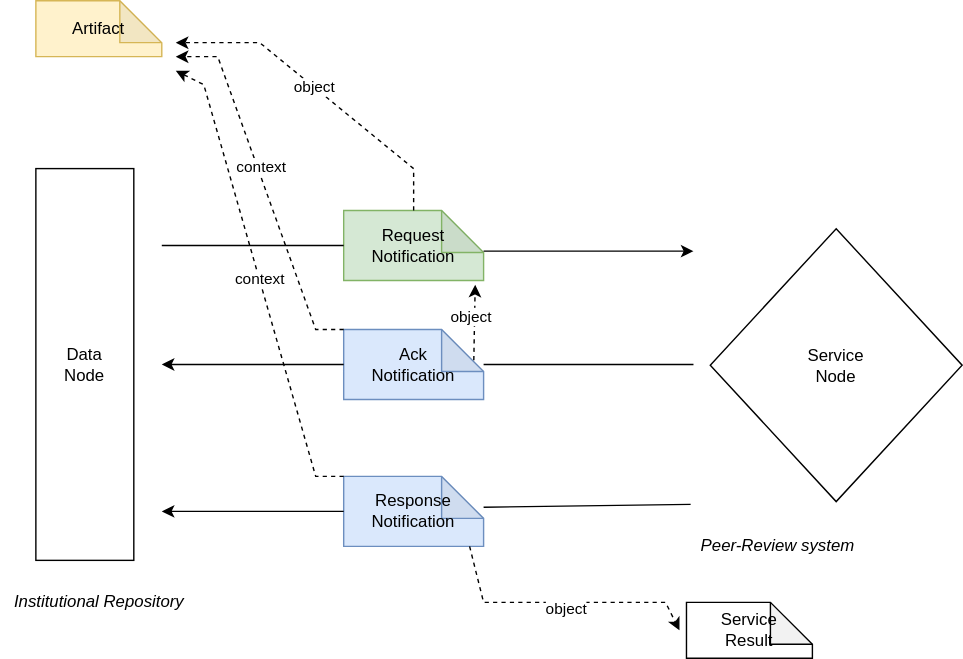
Earlier version of the draw.io export images/request_response_datanode.svg (MellonScholarlyCommunication/spec-notifications). Source tidied: cells renumbered, new cells last; positions are measured from the earlier drawing's top-left corner, leaving out a move shared by most shapes. Its diagram source:
```xml
<mxGraphModel>
  <root>
    <mxCell id="0" />
    <mxCell id="1" parent="0" />
    <mxCell id="2" value="Data&lt;br&gt;Node" style="rounded=0;whiteSpace=wrap;html=1;rotation=0;" parent="1" vertex="1">
      <mxGeometry x="25" y="120" width="70" height="280" as="geometry" />
    </mxCell>
    <mxCell id="3" value="Request&lt;br&gt;Notification" style="shape=note;whiteSpace=wrap;html=1;backgroundOutline=1;darkOpacity=0.05;fillColor=#d5e8d4;strokeColor=#82b366;" parent="1" vertex="1">
      <mxGeometry x="245" y="150" width="100" height="50" as="geometry" />
    </mxCell>
    <mxCell id="4" style="endArrow=none;html=1;rounded=0;entryX=0;entryY=0.5;entryDx=0;entryDy=0;entryPerimeter=0;" parent="1" edge="1" target="3">
      <mxGeometry relative="1" as="geometry">
        <mxPoint x="115" y="175" as="sourcePoint" />
      </mxGeometry>
    </mxCell>
    <mxCell id="5" style="endArrow=classic;html=1;rounded=0;entryX=0;entryY=0.25;entryDx=0;entryDy=0;exitX=0;exitY=0;exitDx=100;exitDy=40;exitPerimeter=0;" parent="1" edge="1">
      <mxGeometry relative="1" as="geometry">
        <mxPoint x="345" y="179" as="sourcePoint" />
        <mxPoint x="495" y="179" as="targetPoint" />
      </mxGeometry>
    </mxCell>
    <mxCell id="6" value="Artifact" style="shape=note;whiteSpace=wrap;html=1;backgroundOutline=1;darkOpacity=0.05;fillColor=#fff2cc;strokeColor=#d6b656;" parent="1" vertex="1">
      <mxGeometry x="25" width="90" height="40" as="geometry" />
    </mxCell>
    <mxCell id="7" style="endArrow=classic;html=1;rounded=0;exitX=0.5;exitY=0;exitDx=0;exitDy=0;exitPerimeter=0;dashed=1;" parent="1" edge="1" source="3">
      <mxGeometry relative="1" as="geometry">
        <mxPoint x="125" y="30" as="targetPoint" />
        <Array as="points">
          <mxPoint x="295" y="120" />
          <mxPoint x="185" y="30" />
        </Array>
      </mxGeometry>
    </mxCell>
    <mxCell id="8" value="object" style="edgeLabel;html=1;align=center;verticalAlign=middle;" parent="7" vertex="1">
      <mxGeometry x="0.06" y="1" relative="1" as="geometry">
        <mxPoint y="-1" as="offset" />
      </mxGeometry>
    </mxCell>
    <mxCell id="9" value="Ack&lt;br&gt;Notification" style="shape=note;whiteSpace=wrap;html=1;backgroundOutline=1;darkOpacity=0.05;fillColor=#dae8fc;strokeColor=#6c8ebf;" parent="1" vertex="1">
      <mxGeometry x="245" y="235" width="100" height="50" as="geometry" />
    </mxCell>
    <mxCell id="10" style="endArrow=none;html=1;rounded=0;entryX=0;entryY=0.5;entryDx=0;entryDy=0;" parent="1" edge="1" source="9">
      <mxGeometry relative="1" as="geometry">
        <mxPoint x="495" y="260" as="targetPoint" />
      </mxGeometry>
    </mxCell>
    <mxCell id="11" style="endArrow=classic;html=1;rounded=0;exitX=0;exitY=0.5;exitDx=0;exitDy=0;exitPerimeter=0;" parent="1" edge="1" source="9">
      <mxGeometry relative="1" as="geometry">
        <mxPoint x="115" y="260" as="targetPoint" />
      </mxGeometry>
    </mxCell>
    <mxCell id="12" style="endArrow=classic;html=1;rounded=0;exitX=0;exitY=0;exitDx=0;exitDy=0;exitPerimeter=0;dashed=1;" parent="1" edge="1" source="9">
      <mxGeometry relative="1" as="geometry">
        <mxPoint x="125" y="40" as="targetPoint" />
        <Array as="points">
          <mxPoint x="225" y="235" />
          <mxPoint x="155" y="40" />
        </Array>
      </mxGeometry>
    </mxCell>
    <mxCell id="13" value="context" style="edgeLabel;html=1;align=center;verticalAlign=middle;" parent="12" vertex="1">
      <mxGeometry x="0.12" y="-2" relative="1" as="geometry" />
    </mxCell>
    <mxCell id="14" style="endArrow=classic;html=1;rounded=0;dashed=1;exitX=0.93;exitY=0.44;exitDx=0;exitDy=0;exitPerimeter=0;entryX=0.94;entryY=1.06;entryDx=0;entryDy=0;entryPerimeter=0;" parent="1" edge="1" source="9" target="3">
      <mxGeometry relative="1" as="geometry" />
    </mxCell>
    <mxCell id="15" value="object" style="edgeLabel;html=1;align=center;verticalAlign=middle;" parent="14" vertex="1">
      <mxGeometry x="0.15" y="3" relative="1" as="geometry" />
    </mxCell>
    <mxCell id="16" value="Response&lt;br&gt;Notification" style="shape=note;whiteSpace=wrap;html=1;backgroundOutline=1;darkOpacity=0.05;fillColor=#dae8fc;strokeColor=#6c8ebf;" parent="1" vertex="1">
      <mxGeometry x="245" y="340" width="100" height="50" as="geometry" />
    </mxCell>
    <mxCell id="17" style="endArrow=none;html=1;rounded=0;entryX=-0.029;entryY=0.857;entryDx=0;entryDy=0;entryPerimeter=0;exitX=1;exitY=0.44;exitDx=0;exitDy=0;exitPerimeter=0;" parent="1" edge="1" source="16">
      <mxGeometry relative="1" as="geometry">
        <mxPoint x="493" y="360" as="targetPoint" />
      </mxGeometry>
    </mxCell>
    <mxCell id="18" style="endArrow=classic;html=1;rounded=0;exitX=0;exitY=0.5;exitDx=0;exitDy=0;exitPerimeter=0;" parent="1" edge="1" source="16">
      <mxGeometry relative="1" as="geometry">
        <mxPoint x="115" y="365" as="targetPoint" />
      </mxGeometry>
    </mxCell>
    <mxCell id="19" value="context" style="endArrow=classic;html=1;rounded=0;exitX=0;exitY=0;exitDx=0;exitDy=0;exitPerimeter=0;dashed=1;" parent="1" edge="1" source="16">
      <mxGeometry relative="1" as="geometry">
        <mxPoint x="125" y="50" as="targetPoint" />
        <Array as="points">
          <mxPoint x="225" y="340" />
          <mxPoint x="145" y="60" />
        </Array>
      </mxGeometry>
    </mxCell>
    <mxCell id="20" value="Service&lt;br&gt;Result" style="shape=note;whiteSpace=wrap;html=1;backgroundOutline=1;darkOpacity=0.05;" parent="1" vertex="1">
      <mxGeometry x="490" y="430" width="90" height="40" as="geometry" />
    </mxCell>
    <mxCell id="21" style="endArrow=classic;html=1;rounded=0;dashed=1;exitX=0.9;exitY=1;exitDx=0;exitDy=0;exitPerimeter=0;" parent="1" edge="1" source="16">
      <mxGeometry relative="1" as="geometry">
        <mxPoint x="485" y="450" as="targetPoint" />
        <Array as="points">
          <mxPoint x="345" y="430" />
          <mxPoint x="475" y="430" />
        </Array>
      </mxGeometry>
    </mxCell>
    <mxCell id="22" value="object" style="edgeLabel;html=1;align=center;verticalAlign=middle;" parent="21" vertex="1">
      <mxGeometry x="0.04" y="-4" relative="1" as="geometry" />
    </mxCell>
    <mxCell id="23" value="&lt;i&gt;Institutional Repository&lt;/i&gt;" style="text;html=1;align=center;verticalAlign=middle;strokeColor=none;fillColor=none;" parent="1" vertex="1">
      <mxGeometry y="420" width="140" height="20" as="geometry" />
    </mxCell>
    <mxCell id="24" value="&lt;i&gt;Peer-Review system&lt;/i&gt;" style="text;html=1;align=center;verticalAlign=middle;strokeColor=none;fillColor=none;" parent="1" vertex="1">
      <mxGeometry x="490" y="380" width="130" height="20" as="geometry" />
    </mxCell>
    <mxCell id="25" value="Service&lt;br&gt;Node" style="rhombus;whiteSpace=wrap;html=1;" parent="1" vertex="1">
      <mxGeometry x="507" y="163" width="180" height="195" as="geometry" />
    </mxCell>
  </root>
</mxGraphModel>
```
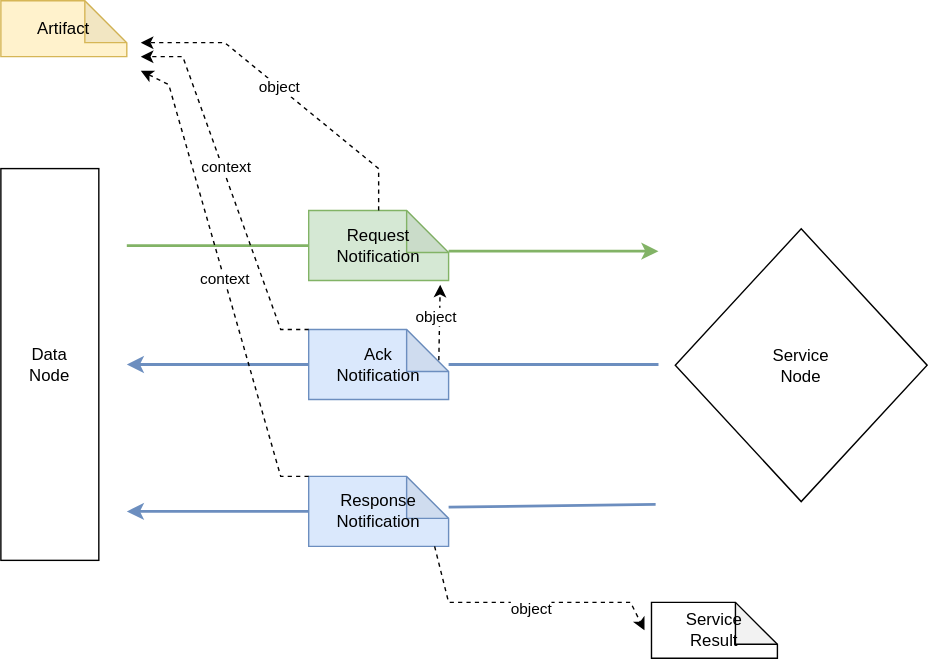
After the change.

Diff of the diagram source:
```diff
@@ -8,12 +8,12 @@
     <mxCell id="3" value="Request&lt;br&gt;Notification" style="shape=note;whiteSpace=wrap;html=1;backgroundOutline=1;darkOpacity=0.05;fillColor=#d5e8d4;strokeColor=#82b366;" parent="1" vertex="1">
       <mxGeometry x="245" y="150" width="100" height="50" as="geometry" />
     </mxCell>
-    <mxCell id="4" style="endArrow=none;html=1;rounded=0;entryX=0;entryY=0.5;entryDx=0;entryDy=0;entryPerimeter=0;" parent="1" edge="1" target="3">
+    <mxCell id="4" style="endArrow=none;html=1;rounded=0;entryX=0;entryY=0.5;entryDx=0;entryDy=0;entryPerimeter=0;strokeWidth=2;fillColor=#d5e8d4;strokeColor=#82b366;" parent="1" edge="1" target="3">
       <mxGeometry relative="1" as="geometry">
         <mxPoint x="115" y="175" as="sourcePoint" />
       </mxGeometry>
     </mxCell>
-    <mxCell id="5" style="endArrow=classic;html=1;rounded=0;entryX=0;entryY=0.25;entryDx=0;entryDy=0;exitX=0;exitY=0;exitDx=100;exitDy=40;exitPerimeter=0;" parent="1" edge="1">
+    <mxCell id="5" style="endArrow=classic;html=1;rounded=0;entryX=0;entryY=0.25;entryDx=0;entryDy=0;exitX=0;exitY=0;exitDx=100;exitDy=40;exitPerimeter=0;strokeWidth=2;fillColor=#d5e8d4;strokeColor=#82b366;" parent="1" edge="1">
       <mxGeometry relative="1" as="geometry">
         <mxPoint x="345" y="179" as="sourcePoint" />
         <mxPoint x="495" y="179" as="targetPoint" />
@@ -39,12 +39,12 @@
     <mxCell id="9" value="Ack&lt;br&gt;Notification" style="shape=note;whiteSpace=wrap;html=1;backgroundOutline=1;darkOpacity=0.05;fillColor=#dae8fc;strokeColor=#6c8ebf;" parent="1" vertex="1">
       <mxGeometry x="245" y="235" width="100" height="50" as="geometry" />
     </mxCell>
-    <mxCell id="10" style="endArrow=none;html=1;rounded=0;entryX=0;entryY=0.5;entryDx=0;entryDy=0;" parent="1" edge="1" source="9">
+    <mxCell id="10" style="endArrow=none;html=1;rounded=0;entryX=0;entryY=0.5;entryDx=0;entryDy=0;fillColor=#dae8fc;strokeColor=#6c8ebf;strokeWidth=2;" parent="1" edge="1" source="9">
       <mxGeometry relative="1" as="geometry">
         <mxPoint x="495" y="260" as="targetPoint" />
       </mxGeometry>
     </mxCell>
-    <mxCell id="11" style="endArrow=classic;html=1;rounded=0;exitX=0;exitY=0.5;exitDx=0;exitDy=0;exitPerimeter=0;" parent="1" edge="1" source="9">
+    <mxCell id="11" style="endArrow=classic;html=1;rounded=0;exitX=0;exitY=0.5;exitDx=0;exitDy=0;exitPerimeter=0;fillColor=#dae8fc;strokeColor=#6c8ebf;strokeWidth=2;" parent="1" edge="1" source="9">
       <mxGeometry relative="1" as="geometry">
         <mxPoint x="115" y="260" as="targetPoint" />
       </mxGeometry>
@@ -70,12 +70,12 @@
     <mxCell id="16" value="Response&lt;br&gt;Notification" style="shape=note;whiteSpace=wrap;html=1;backgroundOutline=1;darkOpacity=0.05;fillColor=#dae8fc;strokeColor=#6c8ebf;" parent="1" vertex="1">
       <mxGeometry x="245" y="340" width="100" height="50" as="geometry" />
     </mxCell>
-    <mxCell id="17" style="endArrow=none;html=1;rounded=0;entryX=-0.029;entryY=0.857;entryDx=0;entryDy=0;entryPerimeter=0;exitX=1;exitY=0.44;exitDx=0;exitDy=0;exitPerimeter=0;" parent="1" edge="1" source="16">
+    <mxCell id="17" style="endArrow=none;html=1;rounded=0;entryX=-0.029;entryY=0.857;entryDx=0;entryDy=0;entryPerimeter=0;exitX=1;exitY=0.44;exitDx=0;exitDy=0;exitPerimeter=0;fillColor=#dae8fc;strokeColor=#6c8ebf;strokeWidth=2;" parent="1" edge="1" source="16">
       <mxGeometry relative="1" as="geometry">
         <mxPoint x="493" y="360" as="targetPoint" />
       </mxGeometry>
     </mxCell>
-    <mxCell id="18" style="endArrow=classic;html=1;rounded=0;exitX=0;exitY=0.5;exitDx=0;exitDy=0;exitPerimeter=0;" parent="1" edge="1" source="16">
+    <mxCell id="18" style="endArrow=classic;html=1;rounded=0;exitX=0;exitY=0.5;exitDx=0;exitDy=0;exitPerimeter=0;fillColor=#dae8fc;strokeColor=#6c8ebf;strokeWidth=2;" parent="1" edge="1" source="16">
       <mxGeometry relative="1" as="geometry">
         <mxPoint x="115" y="365" as="targetPoint" />
       </mxGeometry>
@@ -104,12 +104,6 @@
     <mxCell id="22" value="object" style="edgeLabel;html=1;align=center;verticalAlign=middle;" parent="21" vertex="1">
       <mxGeometry x="0.04" y="-4" relative="1" as="geometry" />
     </mxCell>
-    <mxCell id="23" value="&lt;i&gt;Institutional Repository&lt;/i&gt;" style="text;html=1;align=center;verticalAlign=middle;strokeColor=none;fillColor=none;" parent="1" vertex="1">
-      <mxGeometry y="420" width="140" height="20" as="geometry" />
-    </mxCell>
-    <mxCell id="24" value="&lt;i&gt;Peer-Review system&lt;/i&gt;" style="text;html=1;align=center;verticalAlign=middle;strokeColor=none;fillColor=none;" parent="1" vertex="1">
-      <mxGeometry x="490" y="380" width="130" height="20" as="geometry" />
-    </mxCell>
     <mxCell id="25" value="Service&lt;br&gt;Node" style="rhombus;whiteSpace=wrap;html=1;" parent="1" vertex="1">
       <mxGeometry x="507" y="163" width="180" height="195" as="geometry" />
     </mxCell>
```
